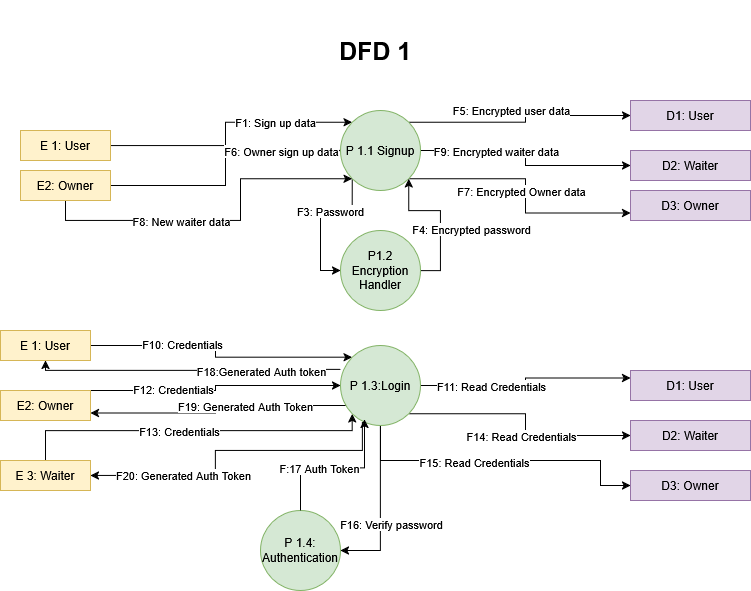
Above: Diagrams/DFD/DFD1.drawio.png in EyasSh/Resturant (draw.io), before the change. Source tidied: cells renumbered, new cells last; positions are measured from the earlier drawing's top-left corner, leaving out a move shared by most shapes. Source of this version:
```xml
<mxGraphModel>
  <root>
    <mxCell id="0" />
    <mxCell id="1" parent="0" />
    <mxCell id="2" value="&lt;font style=&quot;font-size: 25px;&quot;&gt;&lt;b&gt;DFD 1&lt;/b&gt;&lt;/font&gt;" style="text;html=1;align=center;verticalAlign=middle;whiteSpace=wrap;rounded=0;" parent="1" vertex="1">
      <mxGeometry x="300" width="150" height="100" as="geometry" />
    </mxCell>
    <mxCell id="3" style="edgeStyle=orthogonalEdgeStyle;rounded=0;jettySize=auto;html=1;entryX=0;entryY=0;entryDx=0;entryDy=0;" parent="1" edge="1" source="5" target="15">
      <mxGeometry relative="1" as="geometry" />
    </mxCell>
    <mxCell id="4" value="F1: Sign up data" style="edgeLabel;html=1;align=center;verticalAlign=middle;" parent="3" vertex="1">
      <mxGeometry x="0.42" relative="1" as="geometry" />
    </mxCell>
    <mxCell id="5" value="E 1: User" style="rounded=0;whiteSpace=wrap;html=1;fillColor=#fff2cc;strokeColor=#d6b656;" parent="1" vertex="1">
      <mxGeometry x="20" y="130" width="90" height="30" as="geometry" />
    </mxCell>
    <mxCell id="6" value="D1: User" style="rounded=0;whiteSpace=wrap;html=1;fillColor=#e1d5e7;strokeColor=#9673a6;" parent="1" vertex="1">
      <mxGeometry x="630" y="100" width="120" height="30" as="geometry" />
    </mxCell>
    <mxCell id="7" style="edgeStyle=orthogonalEdgeStyle;rounded=0;jettySize=auto;html=1;entryX=0;entryY=0.5;entryDx=0;entryDy=0;exitX=0;exitY=1;exitDx=0;exitDy=0;" parent="1" edge="1" source="15" target="18">
      <mxGeometry relative="1" as="geometry" />
    </mxCell>
    <mxCell id="8" value="F3: Password" style="edgeLabel;html=1;align=center;verticalAlign=middle;" parent="7" vertex="1">
      <mxGeometry x="-0.25" relative="1" as="geometry" />
    </mxCell>
    <mxCell id="9" style="edgeStyle=orthogonalEdgeStyle;rounded=0;jettySize=auto;html=1;entryX=0;entryY=0.5;entryDx=0;entryDy=0;exitX=1;exitY=0;exitDx=0;exitDy=0;" parent="1" edge="1" source="15" target="6">
      <mxGeometry relative="1" as="geometry" />
    </mxCell>
    <mxCell id="10" value="F5: Encrypted user data" style="edgeLabel;html=1;align=center;verticalAlign=middle;" parent="9" vertex="1">
      <mxGeometry x="-0.44" y="2" relative="1" as="geometry">
        <mxPoint x="38" y="-10" as="offset" />
      </mxGeometry>
    </mxCell>
    <mxCell id="11" style="edgeStyle=orthogonalEdgeStyle;rounded=0;jettySize=auto;html=1;entryX=0;entryY=0.75;entryDx=0;entryDy=0;exitX=1;exitY=1;exitDx=0;exitDy=0;" parent="1" edge="1" source="15" target="24">
      <mxGeometry relative="1" as="geometry" />
    </mxCell>
    <mxCell id="12" value="F7: Encrypted Owner data" style="edgeLabel;html=1;align=center;verticalAlign=middle;" parent="11" vertex="1">
      <mxGeometry x="-0.47" y="2" relative="1" as="geometry">
        <mxPoint x="44" y="14" as="offset" />
      </mxGeometry>
    </mxCell>
    <mxCell id="13" style="edgeStyle=orthogonalEdgeStyle;rounded=0;jettySize=auto;html=1;entryX=0;entryY=0.5;entryDx=0;entryDy=0;" parent="1" edge="1" source="15" target="23">
      <mxGeometry relative="1" as="geometry" />
    </mxCell>
    <mxCell id="14" value="F9: Encrypted waiter data" style="edgeLabel;html=1;align=center;verticalAlign=middle;" parent="13" vertex="1">
      <mxGeometry x="-0.33" relative="1" as="geometry" />
    </mxCell>
    <mxCell id="15" value="P 1.1 Signup" style="ellipse;whiteSpace=wrap;html=1;fillColor=#d5e8d4;strokeColor=#82b366;" parent="1" vertex="1">
      <mxGeometry x="340" y="110" width="80" height="80" as="geometry" />
    </mxCell>
    <mxCell id="16" style="edgeStyle=orthogonalEdgeStyle;rounded=0;jettySize=auto;html=1;entryX=1;entryY=1;entryDx=0;entryDy=0;exitX=1;exitY=0.5;exitDx=0;exitDy=0;" parent="1" edge="1" source="18" target="15">
      <mxGeometry relative="1" as="geometry" />
    </mxCell>
    <mxCell id="17" value="F4: Encrypted password" style="edgeLabel;html=1;align=center;verticalAlign=middle;" parent="16" vertex="1">
      <mxGeometry x="-0.09" y="-1" relative="1" as="geometry">
        <mxPoint x="29" y="3" as="offset" />
      </mxGeometry>
    </mxCell>
    <mxCell id="18" value="P1.2 Encryption Handler" style="ellipse;whiteSpace=wrap;html=1;fillColor=#d5e8d4;strokeColor=#82b366;" parent="1" vertex="1">
      <mxGeometry x="340" y="230" width="80" height="80" as="geometry" />
    </mxCell>
    <mxCell id="19" style="edgeStyle=orthogonalEdgeStyle;rounded=0;jettySize=auto;html=1;entryX=0;entryY=0.5;entryDx=0;entryDy=0;" parent="1" edge="1" source="22" target="15">
      <mxGeometry relative="1" as="geometry" />
    </mxCell>
    <mxCell id="20" style="edgeStyle=orthogonalEdgeStyle;rounded=0;jettySize=auto;html=1;entryX=0;entryY=1;entryDx=0;entryDy=0;exitX=0.5;exitY=1;exitDx=0;exitDy=0;" parent="1" edge="1" source="22" target="15">
      <mxGeometry relative="1" as="geometry">
        <Array as="points">
          <mxPoint x="65" y="220" />
          <mxPoint x="240" y="220" />
          <mxPoint x="240" y="178" />
        </Array>
      </mxGeometry>
    </mxCell>
    <mxCell id="21" value="F8: New waiter data" style="edgeLabel;html=1;align=center;verticalAlign=middle;" parent="20" vertex="1">
      <mxGeometry x="0.16" y="-2" relative="1" as="geometry">
        <mxPoint x="-62" y="7" as="offset" />
      </mxGeometry>
    </mxCell>
    <mxCell id="22" value="E2: Owner" style="rounded=0;whiteSpace=wrap;html=1;fillColor=#fff2cc;strokeColor=#d6b656;" parent="1" vertex="1">
      <mxGeometry x="20" y="170" width="90" height="30" as="geometry" />
    </mxCell>
    <mxCell id="23" value="D2: Waiter" style="rounded=0;whiteSpace=wrap;html=1;fillColor=#e1d5e7;strokeColor=#9673a6;" parent="1" vertex="1">
      <mxGeometry x="630" y="150" width="120" height="30" as="geometry" />
    </mxCell>
    <mxCell id="24" value="D3: Owner" style="rounded=0;whiteSpace=wrap;html=1;fillColor=#e1d5e7;strokeColor=#9673a6;" parent="1" vertex="1">
      <mxGeometry x="630" y="190" width="120" height="30" as="geometry" />
    </mxCell>
    <mxCell id="25" value="F6: Owner sign up data" style="edgeLabel;html=1;align=center;verticalAlign=middle;" parent="1" vertex="1">
      <mxGeometry x="280" y="150" as="geometry" />
    </mxCell>
    <mxCell id="26" style="edgeStyle=orthogonalEdgeStyle;rounded=0;jettySize=auto;html=1;entryX=0;entryY=0.5;entryDx=0;entryDy=0;exitX=1;exitY=0;exitDx=0;exitDy=0;" parent="1" edge="1" source="28" target="52">
      <mxGeometry relative="1" as="geometry">
        <Array as="points">
          <mxPoint x="215" y="390" />
          <mxPoint x="215" y="385" />
        </Array>
      </mxGeometry>
    </mxCell>
    <mxCell id="27" value="F12: Credentials" style="edgeLabel;html=1;align=center;verticalAlign=middle;" parent="26" vertex="1">
      <mxGeometry x="-0.36" y="2" relative="1" as="geometry" />
    </mxCell>
    <mxCell id="28" value="E2: Owner" style="rounded=0;whiteSpace=wrap;html=1;fillColor=#fff2cc;strokeColor=#d6b656;" parent="1" vertex="1">
      <mxGeometry y="390" width="90" height="30" as="geometry" />
    </mxCell>
    <mxCell id="29" style="edgeStyle=orthogonalEdgeStyle;rounded=0;jettySize=auto;html=1;entryX=0;entryY=0;entryDx=0;entryDy=0;" parent="1" edge="1" source="31" target="52">
      <mxGeometry relative="1" as="geometry" />
    </mxCell>
    <mxCell id="30" value="F10: Credentials" style="edgeLabel;html=1;align=center;verticalAlign=middle;" parent="29" vertex="1">
      <mxGeometry x="-0.33" y="2" relative="1" as="geometry" />
    </mxCell>
    <mxCell id="31" value="E 1: User" style="rounded=0;whiteSpace=wrap;html=1;fillColor=#fff2cc;strokeColor=#d6b656;" parent="1" vertex="1">
      <mxGeometry y="330" width="90" height="30" as="geometry" />
    </mxCell>
    <mxCell id="32" style="edgeStyle=orthogonalEdgeStyle;rounded=0;jettySize=auto;html=1;entryX=0;entryY=1;entryDx=0;entryDy=0;" parent="1" edge="1" source="34" target="52">
      <mxGeometry relative="1" as="geometry">
        <Array as="points">
          <mxPoint x="45" y="430" />
          <mxPoint x="352" y="430" />
        </Array>
      </mxGeometry>
    </mxCell>
    <mxCell id="33" value="F13: Credentials" style="edgeLabel;html=1;align=center;verticalAlign=middle;" parent="32" vertex="1">
      <mxGeometry x="-0.08" relative="1" as="geometry" />
    </mxCell>
    <mxCell id="34" value="E 3: Waiter" style="rounded=0;whiteSpace=wrap;html=1;fillColor=#fff2cc;strokeColor=#d6b656;" parent="1" vertex="1">
      <mxGeometry y="460" width="90" height="30" as="geometry" />
    </mxCell>
    <mxCell id="35" value="D3: Owner" style="rounded=0;whiteSpace=wrap;html=1;fillColor=#e1d5e7;strokeColor=#9673a6;" parent="1" vertex="1">
      <mxGeometry x="630" y="470" width="120" height="30" as="geometry" />
    </mxCell>
    <mxCell id="36" value="D2: Waiter" style="rounded=0;whiteSpace=wrap;html=1;fillColor=#e1d5e7;strokeColor=#9673a6;" parent="1" vertex="1">
      <mxGeometry x="630" y="420" width="120" height="30" as="geometry" />
    </mxCell>
    <mxCell id="37" value="D1: User" style="rounded=0;whiteSpace=wrap;html=1;fillColor=#e1d5e7;strokeColor=#9673a6;" parent="1" vertex="1">
      <mxGeometry x="630" y="370" width="120" height="30" as="geometry" />
    </mxCell>
    <mxCell id="38" style="edgeStyle=orthogonalEdgeStyle;rounded=0;jettySize=auto;html=1;entryX=0;entryY=0.25;entryDx=0;entryDy=0;exitX=1;exitY=0.5;exitDx=0;exitDy=0;" parent="1" edge="1" source="52" target="37">
      <mxGeometry relative="1" as="geometry" />
    </mxCell>
    <mxCell id="39" value="F11: Read Credentials" style="edgeLabel;html=1;align=center;verticalAlign=middle;" parent="38" vertex="1">
      <mxGeometry x="-0.56" y="2" relative="1" as="geometry">
        <mxPoint x="22" y="2" as="offset" />
      </mxGeometry>
    </mxCell>
    <mxCell id="40" style="edgeStyle=orthogonalEdgeStyle;rounded=0;jettySize=auto;html=1;entryX=0;entryY=0.5;entryDx=0;entryDy=0;exitX=1;exitY=1;exitDx=0;exitDy=0;" parent="1" edge="1" source="52" target="36">
      <mxGeometry relative="1" as="geometry">
        <Array as="points">
          <mxPoint x="525" y="413" />
          <mxPoint x="525" y="435" />
        </Array>
      </mxGeometry>
    </mxCell>
    <mxCell id="41" value="F14: Read Credentials" style="edgeLabel;html=1;align=center;verticalAlign=middle;" parent="40" vertex="1">
      <mxGeometry x="-0.19" y="-2" relative="1" as="geometry">
        <mxPoint x="14" y="20" as="offset" />
      </mxGeometry>
    </mxCell>
    <mxCell id="42" style="edgeStyle=orthogonalEdgeStyle;rounded=0;jettySize=auto;html=1;exitX=0.5;exitY=1;exitDx=0;exitDy=0;entryX=0;entryY=0.5;entryDx=0;entryDy=0;" parent="1" edge="1" source="52" target="35">
      <mxGeometry relative="1" as="geometry">
        <Array as="points">
          <mxPoint x="380" y="460" />
          <mxPoint x="600" y="460" />
          <mxPoint x="600" y="485" />
        </Array>
      </mxGeometry>
    </mxCell>
    <mxCell id="43" value="F15: Read Credentials" style="edgeLabel;html=1;align=center;verticalAlign=middle;" parent="42" vertex="1">
      <mxGeometry x="-0.17" y="-1" relative="1" as="geometry" />
    </mxCell>
    <mxCell id="44" style="edgeStyle=orthogonalEdgeStyle;rounded=0;jettySize=auto;html=1;entryX=1;entryY=0.5;entryDx=0;entryDy=0;" parent="1" edge="1" source="52" target="53">
      <mxGeometry relative="1" as="geometry" />
    </mxCell>
    <mxCell id="45" value="F16: Verify password" style="edgeLabel;html=1;align=center;verticalAlign=middle;" parent="44" vertex="1">
      <mxGeometry x="-0.04" y="1" relative="1" as="geometry">
        <mxPoint x="9" y="18" as="offset" />
      </mxGeometry>
    </mxCell>
    <mxCell id="46" style="edgeStyle=orthogonalEdgeStyle;rounded=0;jettySize=auto;html=1;entryX=0.5;entryY=1;entryDx=0;entryDy=0;exitX=0;exitY=0.3;exitDx=0;exitDy=0;exitPerimeter=0;" parent="1" edge="1" source="52" target="31">
      <mxGeometry relative="1" as="geometry">
        <Array as="points">
          <mxPoint x="215" y="369" />
          <mxPoint x="215" y="370" />
          <mxPoint x="45" y="370" />
        </Array>
      </mxGeometry>
    </mxCell>
    <mxCell id="47" value="F18:Generated Auth token" style="edgeLabel;html=1;align=center;verticalAlign=middle;" parent="46" vertex="1">
      <mxGeometry x="0.37" y="3" relative="1" as="geometry">
        <mxPoint x="128" y="-3" as="offset" />
      </mxGeometry>
    </mxCell>
    <mxCell id="48" style="edgeStyle=orthogonalEdgeStyle;rounded=0;jettySize=auto;html=1;entryX=1;entryY=0.75;entryDx=0;entryDy=0;" parent="1" edge="1" source="52" target="28">
      <mxGeometry relative="1" as="geometry">
        <Array as="points">
          <mxPoint x="215" y="405" />
          <mxPoint x="215" y="413" />
        </Array>
      </mxGeometry>
    </mxCell>
    <mxCell id="49" value="F19: Generated Auth Token" style="edgeLabel;html=1;align=center;verticalAlign=middle;" parent="48" vertex="1">
      <mxGeometry x="-0.23" relative="1" as="geometry" />
    </mxCell>
    <mxCell id="50" style="edgeStyle=orthogonalEdgeStyle;rounded=0;jettySize=auto;html=1;entryX=1;entryY=0.5;entryDx=0;entryDy=0;exitX=0.275;exitY=0.963;exitDx=0;exitDy=0;exitPerimeter=0;" parent="1" edge="1" source="52" target="34">
      <mxGeometry relative="1" as="geometry">
        <Array as="points">
          <mxPoint x="362" y="450" />
          <mxPoint x="215" y="450" />
          <mxPoint x="215" y="475" />
        </Array>
      </mxGeometry>
    </mxCell>
    <mxCell id="51" value="F20: Generated Auth Token" style="edgeLabel;html=1;align=center;verticalAlign=middle;" parent="50" vertex="1">
      <mxGeometry x="0.43" y="-1" relative="1" as="geometry" />
    </mxCell>
    <mxCell id="52" value="P 1.3:Login" style="ellipse;whiteSpace=wrap;html=1;fillColor=#d5e8d4;strokeColor=#82b366;" parent="1" vertex="1">
      <mxGeometry x="340" y="345" width="80" height="80" as="geometry" />
    </mxCell>
    <mxCell id="53" value="P 1.4: Authentication" style="ellipse;whiteSpace=wrap;html=1;fillColor=#d5e8d4;strokeColor=#82b366;" parent="1" vertex="1">
      <mxGeometry x="260" y="510" width="80" height="80" as="geometry" />
    </mxCell>
    <mxCell id="54" style="edgeStyle=orthogonalEdgeStyle;rounded=0;jettySize=auto;html=1;entryX=0.3;entryY=0.925;entryDx=0;entryDy=0;entryPerimeter=0;" parent="1" edge="1" source="53" target="52">
      <mxGeometry relative="1" as="geometry" />
    </mxCell>
    <mxCell id="55" value="F:17 Auth Token" style="edgeLabel;html=1;align=center;verticalAlign=middle;" parent="54" vertex="1">
      <mxGeometry x="-0.22" y="1" relative="1" as="geometry">
        <mxPoint x="1" y="1" as="offset" />
      </mxGeometry>
    </mxCell>
  </root>
</mxGraphModel>
```
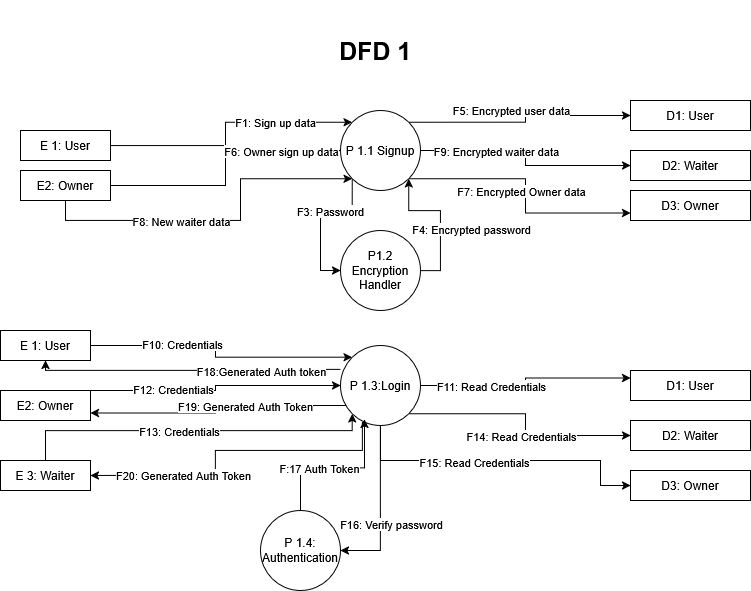
The same diagram one commit later.

What changed in the source:
```diff
@@ -11,10 +11,10 @@
     <mxCell id="4" value="F1: Sign up data" style="edgeLabel;html=1;align=center;verticalAlign=middle;" parent="3" vertex="1">
       <mxGeometry x="0.42" relative="1" as="geometry" />
     </mxCell>
-    <mxCell id="5" value="E 1: User" style="rounded=0;whiteSpace=wrap;html=1;fillColor=#fff2cc;strokeColor=#d6b656;" parent="1" vertex="1">
+    <mxCell id="5" value="E 1: User" style="rounded=0;whiteSpace=wrap;html=1;" parent="1" vertex="1">
       <mxGeometry x="20" y="130" width="90" height="30" as="geometry" />
     </mxCell>
-    <mxCell id="6" value="D1: User" style="rounded=0;whiteSpace=wrap;html=1;fillColor=#e1d5e7;strokeColor=#9673a6;" parent="1" vertex="1">
+    <mxCell id="6" value="D1: User" style="rounded=0;whiteSpace=wrap;html=1;" parent="1" vertex="1">
       <mxGeometry x="630" y="100" width="120" height="30" as="geometry" />
     </mxCell>
     <mxCell id="7" style="edgeStyle=orthogonalEdgeStyle;rounded=0;jettySize=auto;html=1;entryX=0;entryY=0.5;entryDx=0;entryDy=0;exitX=0;exitY=1;exitDx=0;exitDy=0;" parent="1" edge="1" source="15" target="18">
@@ -45,7 +45,7 @@
     <mxCell id="14" value="F9: Encrypted waiter data" style="edgeLabel;html=1;align=center;verticalAlign=middle;" parent="13" vertex="1">
       <mxGeometry x="-0.33" relative="1" as="geometry" />
     </mxCell>
-    <mxCell id="15" value="P 1.1 Signup" style="ellipse;whiteSpace=wrap;html=1;fillColor=#d5e8d4;strokeColor=#82b366;" parent="1" vertex="1">
+    <mxCell id="15" value="P 1.1 Signup" style="ellipse;whiteSpace=wrap;html=1;" parent="1" vertex="1">
       <mxGeometry x="340" y="110" width="80" height="80" as="geometry" />
     </mxCell>
     <mxCell id="16" style="edgeStyle=orthogonalEdgeStyle;rounded=0;jettySize=auto;html=1;entryX=1;entryY=1;entryDx=0;entryDy=0;exitX=1;exitY=0.5;exitDx=0;exitDy=0;" parent="1" edge="1" source="18" target="15">
@@ -56,7 +56,7 @@
         <mxPoint x="29" y="3" as="offset" />
       </mxGeometry>
     </mxCell>
-    <mxCell id="18" value="P1.2 Encryption Handler" style="ellipse;whiteSpace=wrap;html=1;fillColor=#d5e8d4;strokeColor=#82b366;" parent="1" vertex="1">
+    <mxCell id="18" value="P1.2 Encryption Handler" style="ellipse;whiteSpace=wrap;html=1;" parent="1" vertex="1">
       <mxGeometry x="340" y="230" width="80" height="80" as="geometry" />
     </mxCell>
     <mxCell id="19" style="edgeStyle=orthogonalEdgeStyle;rounded=0;jettySize=auto;html=1;entryX=0;entryY=0.5;entryDx=0;entryDy=0;" parent="1" edge="1" source="22" target="15">
@@ -76,13 +76,13 @@
         <mxPoint x="-62" y="7" as="offset" />
       </mxGeometry>
     </mxCell>
-    <mxCell id="22" value="E2: Owner" style="rounded=0;whiteSpace=wrap;html=1;fillColor=#fff2cc;strokeColor=#d6b656;" parent="1" vertex="1">
+    <mxCell id="22" value="E2: Owner" style="rounded=0;whiteSpace=wrap;html=1;" parent="1" vertex="1">
       <mxGeometry x="20" y="170" width="90" height="30" as="geometry" />
     </mxCell>
-    <mxCell id="23" value="D2: Waiter" style="rounded=0;whiteSpace=wrap;html=1;fillColor=#e1d5e7;strokeColor=#9673a6;" parent="1" vertex="1">
+    <mxCell id="23" value="D2: Waiter" style="rounded=0;whiteSpace=wrap;html=1;" parent="1" vertex="1">
       <mxGeometry x="630" y="150" width="120" height="30" as="geometry" />
     </mxCell>
-    <mxCell id="24" value="D3: Owner" style="rounded=0;whiteSpace=wrap;html=1;fillColor=#e1d5e7;strokeColor=#9673a6;" parent="1" vertex="1">
+    <mxCell id="24" value="D3: Owner" style="rounded=0;whiteSpace=wrap;html=1;" parent="1" vertex="1">
       <mxGeometry x="630" y="190" width="120" height="30" as="geometry" />
     </mxCell>
     <mxCell id="25" value="F6: Owner sign up data" style="edgeLabel;html=1;align=center;verticalAlign=middle;" parent="1" vertex="1">
@@ -99,7 +99,7 @@
     <mxCell id="27" value="F12: Credentials" style="edgeLabel;html=1;align=center;verticalAlign=middle;" parent="26" vertex="1">
       <mxGeometry x="-0.36" y="2" relative="1" as="geometry" />
     </mxCell>
-    <mxCell id="28" value="E2: Owner" style="rounded=0;whiteSpace=wrap;html=1;fillColor=#fff2cc;strokeColor=#d6b656;" parent="1" vertex="1">
+    <mxCell id="28" value="E2: Owner" style="rounded=0;whiteSpace=wrap;html=1;" parent="1" vertex="1">
       <mxGeometry y="390" width="90" height="30" as="geometry" />
     </mxCell>
     <mxCell id="29" style="edgeStyle=orthogonalEdgeStyle;rounded=0;jettySize=auto;html=1;entryX=0;entryY=0;entryDx=0;entryDy=0;" parent="1" edge="1" source="31" target="52">
@@ -108,7 +108,7 @@
     <mxCell id="30" value="F10: Credentials" style="edgeLabel;html=1;align=center;verticalAlign=middle;" parent="29" vertex="1">
       <mxGeometry x="-0.33" y="2" relative="1" as="geometry" />
     </mxCell>
-    <mxCell id="31" value="E 1: User" style="rounded=0;whiteSpace=wrap;html=1;fillColor=#fff2cc;strokeColor=#d6b656;" parent="1" vertex="1">
+    <mxCell id="31" value="E 1: User" style="rounded=0;whiteSpace=wrap;html=1;" parent="1" vertex="1">
       <mxGeometry y="330" width="90" height="30" as="geometry" />
     </mxCell>
     <mxCell id="32" style="edgeStyle=orthogonalEdgeStyle;rounded=0;jettySize=auto;html=1;entryX=0;entryY=1;entryDx=0;entryDy=0;" parent="1" edge="1" source="34" target="52">
@@ -122,16 +122,16 @@
     <mxCell id="33" value="F13: Credentials" style="edgeLabel;html=1;align=center;verticalAlign=middle;" parent="32" vertex="1">
       <mxGeometry x="-0.08" relative="1" as="geometry" />
     </mxCell>
-    <mxCell id="34" value="E 3: Waiter" style="rounded=0;whiteSpace=wrap;html=1;fillColor=#fff2cc;strokeColor=#d6b656;" parent="1" vertex="1">
+    <mxCell id="34" value="E 3: Waiter" style="rounded=0;whiteSpace=wrap;html=1;" parent="1" vertex="1">
       <mxGeometry y="460" width="90" height="30" as="geometry" />
     </mxCell>
-    <mxCell id="35" value="D3: Owner" style="rounded=0;whiteSpace=wrap;html=1;fillColor=#e1d5e7;strokeColor=#9673a6;" parent="1" vertex="1">
+    <mxCell id="35" value="D3: Owner" style="rounded=0;whiteSpace=wrap;html=1;" parent="1" vertex="1">
       <mxGeometry x="630" y="470" width="120" height="30" as="geometry" />
     </mxCell>
-    <mxCell id="36" value="D2: Waiter" style="rounded=0;whiteSpace=wrap;html=1;fillColor=#e1d5e7;strokeColor=#9673a6;" parent="1" vertex="1">
+    <mxCell id="36" value="D2: Waiter" style="rounded=0;whiteSpace=wrap;html=1;" parent="1" vertex="1">
       <mxGeometry x="630" y="420" width="120" height="30" as="geometry" />
     </mxCell>
-    <mxCell id="37" value="D1: User" style="rounded=0;whiteSpace=wrap;html=1;fillColor=#e1d5e7;strokeColor=#9673a6;" parent="1" vertex="1">
+    <mxCell id="37" value="D1: User" style="rounded=0;whiteSpace=wrap;html=1;" parent="1" vertex="1">
       <mxGeometry x="630" y="370" width="120" height="30" as="geometry" />
     </mxCell>
     <mxCell id="38" style="edgeStyle=orthogonalEdgeStyle;rounded=0;jettySize=auto;html=1;entryX=0;entryY=0.25;entryDx=0;entryDy=0;exitX=1;exitY=0.5;exitDx=0;exitDy=0;" parent="1" edge="1" source="52" target="37">
@@ -212,10 +212,10 @@
     <mxCell id="51" value="F20: Generated Auth Token" style="edgeLabel;html=1;align=center;verticalAlign=middle;" parent="50" vertex="1">
       <mxGeometry x="0.43" y="-1" relative="1" as="geometry" />
     </mxCell>
-    <mxCell id="52" value="P 1.3:Login" style="ellipse;whiteSpace=wrap;html=1;fillColor=#d5e8d4;strokeColor=#82b366;" parent="1" vertex="1">
+    <mxCell id="52" value="P 1.3:Login" style="ellipse;whiteSpace=wrap;html=1;" parent="1" vertex="1">
       <mxGeometry x="340" y="345" width="80" height="80" as="geometry" />
     </mxCell>
-    <mxCell id="53" value="P 1.4: Authentication" style="ellipse;whiteSpace=wrap;html=1;fillColor=#d5e8d4;strokeColor=#82b366;" parent="1" vertex="1">
+    <mxCell id="53" value="P 1.4: Authentication" style="ellipse;whiteSpace=wrap;html=1;" parent="1" vertex="1">
       <mxGeometry x="260" y="510" width="80" height="80" as="geometry" />
     </mxCell>
     <mxCell id="54" style="edgeStyle=orthogonalEdgeStyle;rounded=0;jettySize=auto;html=1;entryX=0.3;entryY=0.925;entryDx=0;entryDy=0;entryPerimeter=0;" parent="1" edge="1" source="53" target="52">
```
